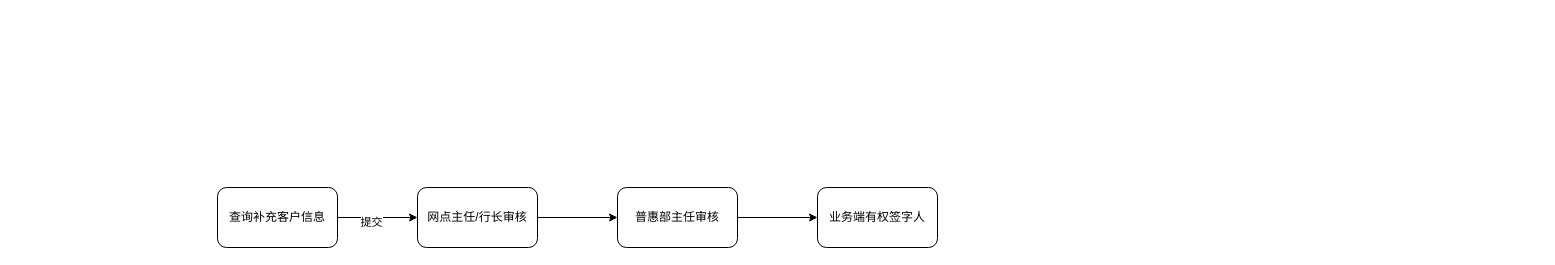
duizhang0804/moment keeps this draw.io diagram as 未命名绘图.drawio. Above is the earlier version. Source tidied: cells renumbered, new cells numbered last; positions are measured from the earlier drawing's top-left corner, leaving out a move shared by most shapes. Both pictures are drawn from the tidied source at 100%, with x=0, y=0 at pixel (217, 187).
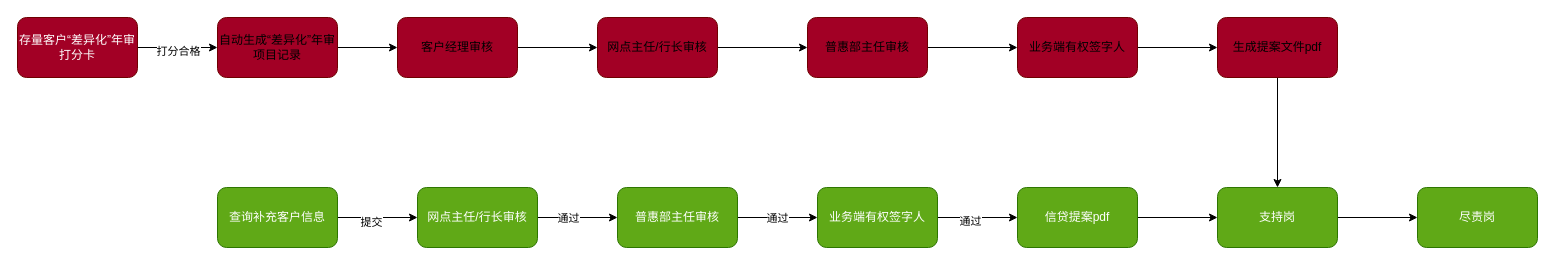
Above is the later version.

Commit message:
更新未命名绘图.drawio

The change refers to these unchanged cells:
```xml
<mxCell id="5" style="edgeStyle=orthogonalEdgeStyle;rounded=0;jettySize=auto;html=1;" parent="1" edge="1" source="6" target="8">
  <mxGeometry relative="1" as="geometry" />
</mxCell>
<mxCell id="7" style="edgeStyle=orthogonalEdgeStyle;rounded=0;jettySize=auto;html=1;" parent="1" edge="1" source="8" target="9">
  <mxGeometry relative="1" as="geometry" />
</mxCell>
```

The edit, as a diff of the source:
```diff
@@
-    <mxCell id="4" value="查询补充客户信息" style="rounded=1;whiteSpace=wrap;html=1;" parent="1" vertex="1">
+    <mxCell id="4" value="查询补充客户信息" style="rounded=1;whiteSpace=wrap;html=1;fillColor=light-dark(#60A917,#408947);fontColor=#ffffff;strokeColor=#2D7600;" parent="1" vertex="1">
       <mxGeometry width="120" height="60" as="geometry" />
     </mxCell>
@@
+    <mxCell id="10" value="通过" style="edgeLabel;html=1;align=center;verticalAlign=middle;" parent="5" vertex="1">
+      <mxGeometry x="-0.25" relative="1" as="geometry" />
+    </mxCell>
-    <mxCell id="6" value="网点主任/行长审核" style="rounded=1;whiteSpace=wrap;html=1;" parent="1" vertex="1">
+    <mxCell id="6" value="网点主任/行长审核" style="rounded=1;whiteSpace=wrap;html=1;fillColor=light-dark(#60A917,#408947);fontColor=#ffffff;strokeColor=#2D7600;" parent="1" vertex="1">
       <mxGeometry x="200" width="120" height="60" as="geometry" />
     </mxCell>
@@
+    <mxCell id="11" value="通过" style="edgeLabel;html=1;align=center;verticalAlign=middle;" parent="7" vertex="1">
+      <mxGeometry x="-0.02" relative="1" as="geometry" />
+    </mxCell>
-    <mxCell id="8" value="普惠部主任审核" style="whiteSpace=wrap;html=1;rounded=1;" parent="1" vertex="1">
+    <mxCell id="8" value="普惠部主任审核" style="whiteSpace=wrap;html=1;rounded=1;fillColor=light-dark(#60A917,#408947);fontColor=#ffffff;strokeColor=#2D7600;" parent="1" vertex="1">
       <mxGeometry x="400" width="120" height="60" as="geometry" />
     </mxCell>
+    <mxCell id="12" style="edgeStyle=orthogonalEdgeStyle;rounded=0;jettySize=auto;html=1;" parent="1" edge="1" source="9" target="15">
+      <mxGeometry relative="1" as="geometry" />
+    </mxCell>
+    <mxCell id="13" value="通过" style="edgeLabel;html=1;align=center;verticalAlign=middle;" parent="12" vertex="1">
+      <mxGeometry x="-0.2" y="-3" relative="1" as="geometry" />
+    </mxCell>
-    <mxCell id="9" value="业务端有权签字人" style="whiteSpace=wrap;html=1;rounded=1;" parent="1" vertex="1">
+    <mxCell id="9" value="业务端有权签字人" style="whiteSpace=wrap;html=1;rounded=1;fillColor=light-dark(#60A917,#408947);fontColor=#ffffff;strokeColor=#2D7600;" parent="1" vertex="1">
       <mxGeometry x="600" width="120" height="60" as="geometry" />
     </mxCell>
+    <mxCell id="14" style="edgeStyle=orthogonalEdgeStyle;rounded=0;jettySize=auto;html=1;" parent="1" edge="1" source="15" target="32">
+      <mxGeometry relative="1" as="geometry" />
+    </mxCell>
+    <mxCell id="15" value="信贷提案pdf" style="whiteSpace=wrap;html=1;rounded=1;fillColor=light-dark(#60A917,#408947);fontColor=#ffffff;strokeColor=#2D7600;" parent="1" vertex="1">
+      <mxGeometry x="800" width="120" height="60" as="geometry" />
+    </mxCell>
+    <mxCell id="16" style="edgeStyle=orthogonalEdgeStyle;rounded=0;jettySize=auto;html=1;" parent="1" edge="1" source="18" target="20">
+      <mxGeometry relative="1" as="geometry" />
+    </mxCell>
+    <mxCell id="17" value="打分合格" style="edgeLabel;html=1;align=center;verticalAlign=middle;" parent="16" vertex="1">
+      <mxGeometry x="-0.02" y="-3" relative="1" as="geometry">
+        <mxPoint x="1" as="offset" />
+      </mxGeometry>
+    </mxCell>
+    <mxCell id="18" value="存量客户“差异化”年审打分卡" style="rounded=1;whiteSpace=wrap;html=1;fillColor=light-dark(#A20025,#FF9999);fontColor=#ffffff;strokeColor=#6F0000;" parent="1" vertex="1">
+      <mxGeometry x="-200" y="-170" width="120" height="60" as="geometry" />
+    </mxCell>
+    <mxCell id="19" style="edgeStyle=orthogonalEdgeStyle;rounded=0;jettySize=auto;html=1;" parent="1" edge="1" source="20" target="22">
+      <mxGeometry relative="1" as="geometry" />
+    </mxCell>
+    <mxCell id="20" value="&lt;font style=&quot;color: light-dark(rgb(0, 0, 0), rgb(0, 0, 0));&quot;&gt;自动生成&lt;span style=&quot;font-family: 宋体; text-align: justify; background-color: transparent;&quot;&gt;“差异化”年审项目记录&lt;/span&gt;&lt;/font&gt;" style="rounded=1;whiteSpace=wrap;html=1;fillColor=light-dark(#A20025,#FF9999);fontColor=#ffffff;strokeColor=#6F0000;" parent="1" vertex="1">
+      <mxGeometry y="-170" width="120" height="60" as="geometry" />
+    </mxCell>
+    <mxCell id="21" style="edgeStyle=orthogonalEdgeStyle;rounded=0;jettySize=auto;html=1;" parent="1" edge="1" source="22" target="24">
+      <mxGeometry relative="1" as="geometry" />
+    </mxCell>
+    <mxCell id="22" value="&lt;font style=&quot;color: light-dark(rgb(0, 0, 0), rgb(0, 0, 0));&quot;&gt;客户经理审核&lt;/font&gt;" style="rounded=1;whiteSpace=wrap;html=1;fillColor=light-dark(#A20025,#FF9999);fontColor=#ffffff;strokeColor=#6F0000;" parent="1" vertex="1">
+      <mxGeometry x="180" y="-170" width="120" height="60" as="geometry" />
+    </mxCell>
+    <mxCell id="23" style="edgeStyle=orthogonalEdgeStyle;rounded=0;jettySize=auto;html=1;" parent="1" edge="1" source="24" target="26">
+      <mxGeometry relative="1" as="geometry" />
+    </mxCell>
+    <mxCell id="24" value="&lt;font style=&quot;color: light-dark(rgb(0, 0, 0), rgb(0, 0, 0));&quot;&gt;网点主任/行长审核&lt;/font&gt;" style="rounded=1;whiteSpace=wrap;html=1;fillColor=light-dark(#A20025,#FF9999);fontColor=#ffffff;strokeColor=#6F0000;" parent="1" vertex="1">
+      <mxGeometry x="380" y="-170" width="120" height="60" as="geometry" />
+    </mxCell>
+    <mxCell id="25" style="edgeStyle=orthogonalEdgeStyle;rounded=0;jettySize=auto;html=1;" parent="1" edge="1" source="26" target="28">
+      <mxGeometry relative="1" as="geometry" />
+    </mxCell>
+    <mxCell id="26" value="&lt;font style=&quot;color: light-dark(rgb(0, 0, 0), rgb(0, 0, 0));&quot;&gt;普惠部主任审核&lt;/font&gt;" style="rounded=1;whiteSpace=wrap;html=1;fillColor=light-dark(#A20025,#FF9999);fontColor=#ffffff;strokeColor=#6F0000;" parent="1" vertex="1">
+      <mxGeometry x="590" y="-170" width="120" height="60" as="geometry" />
+    </mxCell>
+    <mxCell id="27" style="edgeStyle=orthogonalEdgeStyle;rounded=0;jettySize=auto;html=1;" parent="1" edge="1" source="28" target="30">
+      <mxGeometry relative="1" as="geometry" />
+    </mxCell>
+    <mxCell id="28" value="&lt;font style=&quot;color: light-dark(rgb(0, 0, 0), rgb(0, 0, 0));&quot;&gt;业务端有权签字人&lt;/font&gt;" style="rounded=1;whiteSpace=wrap;html=1;fillColor=light-dark(#A20025,#FF9999);fontColor=#ffffff;strokeColor=#6F0000;" parent="1" vertex="1">
+      <mxGeometry x="800" y="-170" width="120" height="60" as="geometry" />
+    </mxCell>
+    <mxCell id="29" style="edgeStyle=orthogonalEdgeStyle;rounded=0;jettySize=auto;html=1;exitX=0.5;exitY=1;exitDx=0;exitDy=0;entryX=0.5;entryY=0;entryDx=0;entryDy=0;" parent="1" edge="1" source="30" target="32">
+      <mxGeometry relative="1" as="geometry" />
+    </mxCell>
+    <mxCell id="30" value="&lt;font style=&quot;color: light-dark(rgb(0, 0, 0), rgb(0, 0, 0));&quot;&gt;生成提案文件pdf&lt;/font&gt;" style="rounded=1;whiteSpace=wrap;html=1;fillColor=light-dark(#A20025,#FF9999);fontColor=#ffffff;strokeColor=#6F0000;" parent="1" vertex="1">
+      <mxGeometry x="1000" y="-170" width="120" height="60" as="geometry" />
+    </mxCell>
+    <mxCell id="31" style="edgeStyle=orthogonalEdgeStyle;rounded=0;jettySize=auto;html=1;" parent="1" edge="1" source="32" target="33">
+      <mxGeometry relative="1" as="geometry" />
+    </mxCell>
+    <mxCell id="32" value="支持岗" style="whiteSpace=wrap;html=1;rounded=1;fillColor=light-dark(#60A917,#FF9999);fontColor=#ffffff;strokeColor=#2D7600;" parent="1" vertex="1">
+      <mxGeometry x="1000" width="120" height="60" as="geometry" />
+    </mxCell>
+    <mxCell id="33" value="尽责岗" style="whiteSpace=wrap;html=1;rounded=1;fillColor=light-dark(#60A917,#FF9999);fontColor=#ffffff;strokeColor=#2D7600;" parent="1" vertex="1">
+      <mxGeometry x="1200" width="120" height="60" as="geometry" />
+    </mxCell>
```
